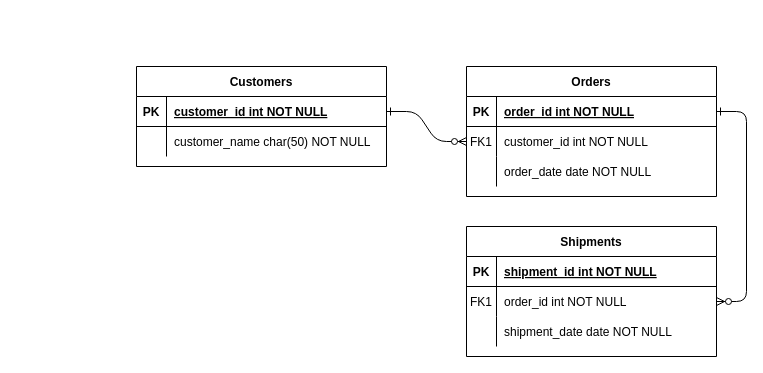
Earlier version of the draw.io diagram Untitled Diagram.drawio (Atkinss1/bootcampX). Source tidied: cells renumbered, new cells numbered last; positions are measured from the earlier drawing's top-left corner, leaving out a move shared by most shapes. Both pictures are drawn from the tidied source at 100%, with x=0, y=0 at pixel (136, 66).
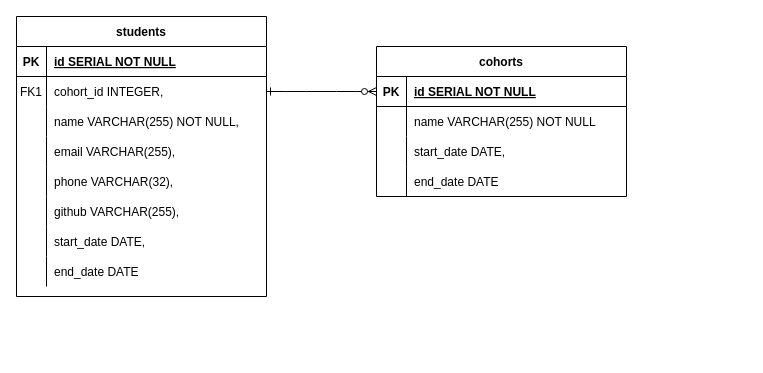
The same page after the edit.

Commit message:
Update diagram, students / cohorts

Unchanged cells that the change refers to:
```xml
<mxCell id="5" style="shape=partialRectangle;fillColor=none;points=[[0,0.5],[1,0.5]];portConstraint=eastwest;top=0;left=0;right=0;bottom=1;" parent="4" vertex="1">
  <mxGeometry y="30" width="250" height="30" as="geometry" />
</mxCell>
<mxCell id="8" style="shape=partialRectangle;fillColor=none;points=[[0,0.5],[1,0.5]];portConstraint=eastwest;top=0;left=0;right=0;bottom=0;" parent="4" vertex="1">
  <mxGeometry y="60" width="250" height="30" as="geometry" />
</mxCell>
<mxCell id="11" style="shape=partialRectangle;fillColor=none;top=0;left=0;right=0;bottom=0;" parent="4" vertex="1">
  <mxGeometry y="90" width="250" height="30" as="geometry" />
</mxCell>
<mxCell id="25" style="shape=partialRectangle;fillColor=none;points=[[0,0.5],[1,0.5]];portConstraint=eastwest;top=0;left=0;right=0;bottom=1;" parent="24" vertex="1">
  <mxGeometry y="30" width="250" height="30" as="geometry" />
</mxCell>
<mxCell id="28" style="shape=partialRectangle;fillColor=none;top=0;left=0;right=0;bottom=0;" parent="24" vertex="1">
  <mxGeometry y="60" width="250" height="30" as="geometry" />
</mxCell>
```

Diff of the diagram source:
```diff
@@
-    <mxCell id="2" style="edgeStyle=entityRelationEdgeStyle;endArrow=ERzeroToMany;startArrow=ERone;endFill=1;startFill=0;" parent="1" edge="1" source="25" target="8">
+    <mxCell id="2" style="edgeStyle=entityRelationEdgeStyle;endArrow=ERzeroToMany;startArrow=ERone;endFill=1;startFill=0;entryX=0;entryY=0.5;entryDx=0;entryDy=0;exitX=1;exitY=0.5;exitDx=0;exitDy=0;" parent="1" edge="1" source="8" target="25">
       <mxGeometry relative="1" as="geometry" />
     </mxCell>
-    <mxCell id="3" style="edgeStyle=entityRelationEdgeStyle;endArrow=ERzeroToMany;startArrow=ERone;endFill=1;startFill=0;" parent="1" edge="1" source="5" target="18">
-      <mxGeometry relative="1" as="geometry" />
-    </mxCell>
-    <mxCell id="4" value="Orders" style="shape=table;startSize=30;childLayout=tableLayout;rowLines=0;fontStyle=1;align=center;" parent="1" vertex="1">
-      <mxGeometry x="330" width="250" height="130" as="geometry" />
+    <mxCell id="4" value="students" style="shape=table;startSize=30;childLayout=tableLayout;rowLines=0;fontStyle=1;align=center;" parent="1" vertex="1">
+      <mxGeometry x="-120" y="-50" width="250" height="280" as="geometry" />
     </mxCell>
@@
-    <mxCell id="7" value="order_id int NOT NULL " style="shape=partialRectangle;overflow=hidden;fillColor=none;top=0;left=0;bottom=0;right=0;align=left;spacingLeft=6;fontStyle=5;" parent="5" vertex="1">
+    <mxCell id="7" value="id SERIAL NOT NULL" style="shape=partialRectangle;overflow=hidden;fillColor=none;top=0;left=0;bottom=0;right=0;align=left;spacingLeft=6;fontStyle=5;" parent="5" vertex="1">
       <mxGeometry x="30" width="220" height="30" as="geometry" />
     </mxCell>
@@
-    <mxCell id="10" value="customer_id int NOT NULL" style="shape=partialRectangle;overflow=hidden;fillColor=none;top=0;left=0;bottom=0;right=0;align=left;spacingLeft=6;" parent="8" vertex="1">
+    <mxCell id="10" value="cohort_id INTEGER," style="shape=partialRectangle;overflow=hidden;fillColor=none;top=0;left=0;bottom=0;right=0;align=left;spacingLeft=6;" parent="8" vertex="1">
       <mxGeometry x="30" width="220" height="30" as="geometry" />
     </mxCell>
@@
-    <mxCell id="13" value="order_date date NOT NULL" style="shape=partialRectangle;overflow=hidden;fillColor=none;top=0;left=0;bottom=0;right=0;align=left;spacingLeft=6;" parent="11" vertex="1">
+    <mxCell id="13" value="name VARCHAR(255) NOT NULL," style="shape=partialRectangle;overflow=hidden;fillColor=none;top=0;left=0;bottom=0;right=0;align=left;spacingLeft=6;" parent="11" vertex="1">
       <mxGeometry x="30" width="220" height="30" as="geometry" />
     </mxCell>
-    <mxCell id="14" value="Shipments" style="shape=table;startSize=30;childLayout=tableLayout;rowLines=0;fontStyle=1;align=center;" parent="1" vertex="1">
-      <mxGeometry x="330" y="160" width="250" height="130" as="geometry" />
-    </mxCell>
-    <mxCell id="15" style="shape=partialRectangle;fillColor=none;top=0;left=0;right=0;bottom=1;" parent="14" vertex="1">
-      <mxGeometry y="30" width="250" height="30" as="geometry" />
-    </mxCell>
-    <mxCell id="16" value="PK" style="shape=partialRectangle;overflow=hidden;fillColor=none;top=0;left=0;bottom=0;right=0;fontStyle=1;" parent="15" vertex="1">
-      <mxGeometry width="30" height="30" as="geometry" />
-    </mxCell>
-    <mxCell id="17" value="shipment_id int NOT NULL " style="shape=partialRectangle;overflow=hidden;fillColor=none;top=0;left=0;bottom=0;right=0;align=left;spacingLeft=6;fontStyle=5;" parent="15" vertex="1">
-      <mxGeometry x="30" width="220" height="30" as="geometry" />
-    </mxCell>
-    <mxCell id="18" style="shape=partialRectangle;fillColor=none;points=[[0,0.5],[1,0.5]];portConstraint=eastwest;top=0;left=0;right=0;bottom=0;" parent="14" vertex="1">
-      <mxGeometry y="60" width="250" height="30" as="geometry" />
-    </mxCell>
-    <mxCell id="19" value="FK1" style="shape=partialRectangle;overflow=hidden;fillColor=none;top=0;left=0;bottom=0;right=0;" parent="18" vertex="1">
-      <mxGeometry width="30" height="30" as="geometry" />
-    </mxCell>
-    <mxCell id="20" value="order_id int NOT NULL" style="shape=partialRectangle;overflow=hidden;fillColor=none;top=0;left=0;bottom=0;right=0;align=left;spacingLeft=6;" parent="18" vertex="1">
-      <mxGeometry x="30" width="220" height="30" as="geometry" />
-    </mxCell>
-    <mxCell id="21" style="shape=partialRectangle;fillColor=none;top=0;left=0;right=0;bottom=0;" parent="14" vertex="1">
-      <mxGeometry y="90" width="250" height="30" as="geometry" />
-    </mxCell>
-    <mxCell id="22" style="shape=partialRectangle;overflow=hidden;fillColor=none;top=0;left=0;bottom=0;right=0;" parent="21" vertex="1">
-      <mxGeometry width="30" height="30" as="geometry" />
-    </mxCell>
-    <mxCell id="23" value="shipment_date date NOT NULL" style="shape=partialRectangle;overflow=hidden;fillColor=none;top=0;left=0;bottom=0;right=0;align=left;spacingLeft=6;" parent="21" vertex="1">
-      <mxGeometry x="30" width="220" height="30" as="geometry" />
-    </mxCell>
+    <mxCell id="31" style="shape=partialRectangle;fillColor=none;top=0;left=0;right=0;bottom=0;" parent="4" vertex="1">
+      <mxGeometry y="120" width="250" height="30" as="geometry" />
+    </mxCell>
+    <mxCell id="32" style="shape=partialRectangle;overflow=hidden;fillColor=none;top=0;left=0;bottom=0;right=0;" parent="31" vertex="1">
+      <mxGeometry width="30" height="30" as="geometry" />
+    </mxCell>
+    <mxCell id="33" value="email VARCHAR(255)," style="shape=partialRectangle;overflow=hidden;fillColor=none;top=0;left=0;bottom=0;right=0;align=left;spacingLeft=6;" parent="31" vertex="1">
+      <mxGeometry x="30" width="220" height="30" as="geometry" />
+    </mxCell>
+    <mxCell id="34" style="shape=partialRectangle;fillColor=none;top=0;left=0;right=0;bottom=0;" parent="4" vertex="1">
+      <mxGeometry y="150" width="250" height="30" as="geometry" />
+    </mxCell>
+    <mxCell id="35" style="shape=partialRectangle;overflow=hidden;fillColor=none;top=0;left=0;bottom=0;right=0;" parent="34" vertex="1">
+      <mxGeometry width="30" height="30" as="geometry" />
+    </mxCell>
+    <mxCell id="36" value="phone VARCHAR(32)," style="shape=partialRectangle;overflow=hidden;fillColor=none;top=0;left=0;bottom=0;right=0;align=left;spacingLeft=6;" parent="34" vertex="1">
+      <mxGeometry x="30" width="220" height="30" as="geometry" />
+    </mxCell>
+    <mxCell id="37" style="shape=partialRectangle;fillColor=none;top=0;left=0;right=0;bottom=0;" parent="4" vertex="1">
+      <mxGeometry y="180" width="250" height="30" as="geometry" />
+    </mxCell>
+    <mxCell id="38" style="shape=partialRectangle;overflow=hidden;fillColor=none;top=0;left=0;bottom=0;right=0;" parent="37" vertex="1">
+      <mxGeometry width="30" height="30" as="geometry" />
+    </mxCell>
+    <mxCell id="39" value="github VARCHAR(255)," style="shape=partialRectangle;overflow=hidden;fillColor=none;top=0;left=0;bottom=0;right=0;align=left;spacingLeft=6;" parent="37" vertex="1">
+      <mxGeometry x="30" width="220" height="30" as="geometry" />
+    </mxCell>
+    <mxCell id="40" style="shape=partialRectangle;fillColor=none;top=0;left=0;right=0;bottom=0;" parent="4" vertex="1">
+      <mxGeometry y="210" width="250" height="30" as="geometry" />
+    </mxCell>
+    <mxCell id="41" style="shape=partialRectangle;overflow=hidden;fillColor=none;top=0;left=0;bottom=0;right=0;" parent="40" vertex="1">
+      <mxGeometry width="30" height="30" as="geometry" />
+    </mxCell>
+    <mxCell id="42" value="start_date DATE," style="shape=partialRectangle;overflow=hidden;fillColor=none;top=0;left=0;bottom=0;right=0;align=left;spacingLeft=6;" parent="40" vertex="1">
+      <mxGeometry x="30" width="220" height="30" as="geometry" />
+    </mxCell>
+    <mxCell id="43" style="shape=partialRectangle;fillColor=none;top=0;left=0;right=0;bottom=0;" parent="4" vertex="1">
+      <mxGeometry y="240" width="250" height="30" as="geometry" />
+    </mxCell>
+    <mxCell id="44" style="shape=partialRectangle;overflow=hidden;fillColor=none;top=0;left=0;bottom=0;right=0;" parent="43" vertex="1">
+      <mxGeometry width="30" height="30" as="geometry" />
+    </mxCell>
+    <mxCell id="45" value="end_date DATE" style="shape=partialRectangle;overflow=hidden;fillColor=none;top=0;left=0;bottom=0;right=0;align=left;spacingLeft=6;" parent="43" vertex="1">
+      <mxGeometry x="30" width="220" height="30" as="geometry" />
+    </mxCell>
-    <mxCell id="24" value="Customers" style="shape=table;startSize=30;childLayout=tableLayout;rowLines=0;fontStyle=1;align=center;" parent="1" vertex="1">
-      <mxGeometry width="250" height="100" as="geometry" />
+    <mxCell id="24" value="cohorts" style="shape=table;startSize=30;childLayout=tableLayout;rowLines=0;fontStyle=1;align=center;" parent="1" vertex="1">
+      <mxGeometry x="240" y="-20" width="250" height="150" as="geometry" />
     </mxCell>
@@
-    <mxCell id="27" value="customer_id int NOT NULL " style="shape=partialRectangle;overflow=hidden;fillColor=none;top=0;left=0;bottom=0;right=0;align=left;spacingLeft=6;fontStyle=5;" parent="25" vertex="1">
+    <mxCell id="27" value="id SERIAL NOT NULL" style="shape=partialRectangle;overflow=hidden;fillColor=none;top=0;left=0;bottom=0;right=0;align=left;spacingLeft=6;fontStyle=5;" parent="25" vertex="1">
       <mxGeometry x="30" width="220" height="30" as="geometry" />
     </mxCell>
@@
-    <mxCell id="30" value="customer_name char(50) NOT NULL" style="shape=partialRectangle;overflow=hidden;fillColor=none;top=0;left=0;bottom=0;right=0;align=left;spacingLeft=6;" parent="28" vertex="1">
+    <mxCell id="30" value="name VARCHAR(255) NOT NULL" style="shape=partialRectangle;overflow=hidden;fillColor=none;top=0;left=0;bottom=0;right=0;align=left;spacingLeft=6;" parent="28" vertex="1">
       <mxGeometry x="30" width="220" height="30" as="geometry" />
     </mxCell>
+    <mxCell id="21" style="shape=partialRectangle;fillColor=none;top=0;left=0;right=0;bottom=0;" parent="24" vertex="1">
+      <mxGeometry y="90" width="250" height="30" as="geometry" />
+    </mxCell>
+    <mxCell id="46" style="shape=partialRectangle;overflow=hidden;fillColor=none;top=0;left=0;bottom=0;right=0;" parent="21" vertex="1">
+      <mxGeometry width="30" height="30" as="geometry" />
+    </mxCell>
+    <mxCell id="47" value="start_date DATE," style="shape=partialRectangle;overflow=hidden;fillColor=none;top=0;left=0;bottom=0;right=0;align=left;spacingLeft=6;" parent="21" vertex="1">
+      <mxGeometry x="30" width="220" height="30" as="geometry" />
+    </mxCell>
+    <mxCell id="48" style="shape=partialRectangle;fillColor=none;top=0;left=0;right=0;bottom=0;" parent="24" vertex="1">
+      <mxGeometry y="120" width="250" height="30" as="geometry" />
+    </mxCell>
+    <mxCell id="49" style="shape=partialRectangle;overflow=hidden;fillColor=none;top=0;left=0;bottom=0;right=0;" parent="48" vertex="1">
+      <mxGeometry width="30" height="30" as="geometry" />
+    </mxCell>
+    <mxCell id="50" value="end_date DATE" style="shape=partialRectangle;overflow=hidden;fillColor=none;top=0;left=0;bottom=0;right=0;align=left;spacingLeft=6;" parent="48" vertex="1">
+      <mxGeometry x="30" width="220" height="30" as="geometry" />
+    </mxCell>
```
